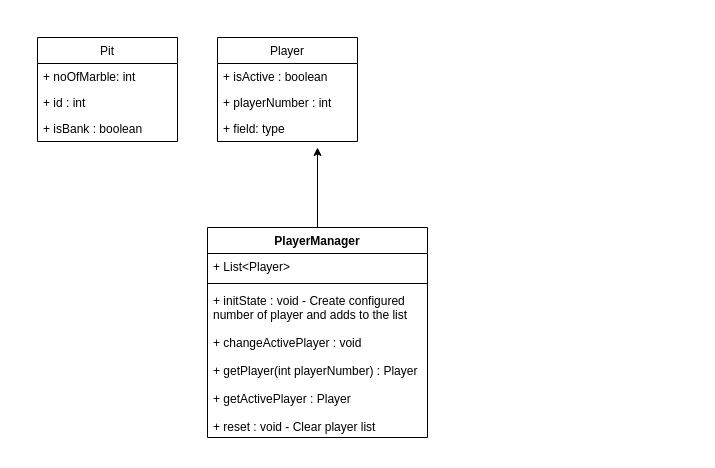
Before: Kalaha Game.drawio in schauhan16/KalahaGame, a draw.io diagram. Source tidied: cells renumbered, new cells numbered last; positions are measured from the earlier drawing's top-left corner, leaving out a move shared by most shapes. Both pictures are drawn from the tidied source at 100%, with x=0, y=0 at pixel (37, 37).
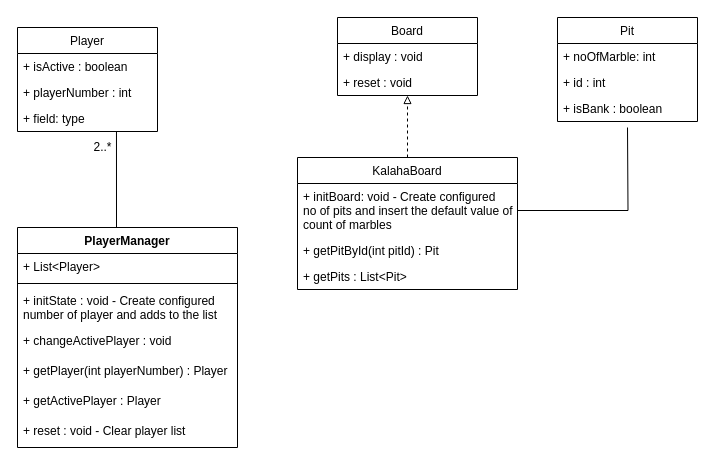
The same page after the edit.

The change refers to these unchanged cells:
```xml
<mxCell id="9" value="+ field: type" style="text;strokeColor=none;fillColor=none;align=left;verticalAlign=top;spacingLeft=4;spacingRight=4;overflow=hidden;points=[[0,0.5],[1,0.5]];portConstraint=eastwest;" parent="6" vertex="1">
  <mxGeometry y="78" width="140" height="26" as="geometry" />
</mxCell>
```

Change to the diagram source:
```diff
@@
     <mxCell id="2" value="Pit" style="swimlane;fontStyle=0;horizontal=1;startSize=26;fillColor=none;" parent="1" vertex="1">
-      <mxGeometry width="140" height="104" as="geometry" />
+      <mxGeometry x="520" y="-20" width="140" height="104" as="geometry" />
     </mxCell>
@@
     <mxCell id="6" value="Player" style="swimlane;fontStyle=0;horizontal=1;startSize=26;fillColor=none;" parent="1" vertex="1">
-      <mxGeometry x="180" width="140" height="104" as="geometry" />
+      <mxGeometry x="-20" y="-10" width="140" height="104" as="geometry" />
     </mxCell>
@@
-    <mxCell id="10" style="edgeStyle=orthogonalEdgeStyle;rounded=0;jettySize=auto;html=1;" parent="1" edge="1" source="11">
-      <mxGeometry relative="1" as="geometry">
-        <mxPoint x="280" y="110" as="targetPoint" />
-      </mxGeometry>
-    </mxCell>
     <mxCell id="11" value="PlayerManager" style="swimlane;fontStyle=1;align=center;verticalAlign=top;horizontal=1;startSize=26;" parent="1" vertex="1">
-      <mxGeometry x="170" y="190" width="220" height="210" as="geometry" />
+      <mxGeometry x="-20" y="190" width="220" height="220" as="geometry" />
     </mxCell>
@@
+    <mxCell id="15" value="+ initState : void - Create configured&#10;number of player and adds to the list" style="text;strokeColor=none;fillColor=none;align=left;verticalAlign=top;spacingLeft=4;spacingRight=4;overflow=hidden;" parent="11" vertex="1">
+      <mxGeometry y="60" width="220" height="40" as="geometry" />
+    </mxCell>
-    <mxCell id="14" value="+ initState : void - Create configured&#10;number of player and adds to the list&#10;&#10;+ changeActivePlayer : void&#10;&#10;+ getPlayer(int playerNumber) : Player&#10;&#10;+ getActivePlayer : Player&#10;&#10;+ reset : void - Clear player list&#10;" style="text;strokeColor=none;fillColor=none;align=left;verticalAlign=top;spacingLeft=4;spacingRight=4;overflow=hidden;rounded=0;" parent="11" vertex="1">
-      <mxGeometry y="60" width="220" height="150" as="geometry" />
+    <mxCell id="14" value="+ changeActivePlayer : void&#10;" style="text;strokeColor=none;fillColor=none;align=left;verticalAlign=top;spacingLeft=4;spacingRight=4;overflow=hidden;rounded=0;" parent="11" vertex="1">
+      <mxGeometry y="100" width="220" height="30" as="geometry" />
     </mxCell>
+    <mxCell id="16" value="+ getPlayer(int playerNumber) : Player&#10;" style="text;strokeColor=none;fillColor=none;align=left;verticalAlign=top;spacingLeft=4;spacingRight=4;overflow=hidden;rounded=0;" parent="11" vertex="1">
+      <mxGeometry y="130" width="220" height="30" as="geometry" />
+    </mxCell>
+    <mxCell id="17" value="+ getActivePlayer : Player&#10;" style="text;strokeColor=none;fillColor=none;align=left;verticalAlign=top;spacingLeft=4;spacingRight=4;overflow=hidden;rounded=0;" parent="11" vertex="1">
+      <mxGeometry y="160" width="220" height="30" as="geometry" />
+    </mxCell>
+    <mxCell id="18" value="+ reset : void - Clear player list" style="text;strokeColor=none;fillColor=none;align=left;verticalAlign=top;spacingLeft=4;spacingRight=4;overflow=hidden;rounded=0;" parent="11" vertex="1">
+      <mxGeometry y="190" width="220" height="30" as="geometry" />
+    </mxCell>
+    <mxCell id="19" value="&lt;br&gt;&lt;br&gt;&lt;br&gt;&lt;br&gt;&lt;br&gt;" style="text;html=1;align=center;verticalAlign=middle;" parent="1" vertex="1">
+      <mxGeometry x="630" y="240" width="20" height="80" as="geometry" />
+    </mxCell>
+    <mxCell id="20" style="group;" parent="1" vertex="1">
+      <mxGeometry x="40" y="100" width="40" height="90" as="geometry" />
+    </mxCell>
+    <mxCell id="21" style="edgeStyle=orthogonalEdgeStyle;rounded=0;jettySize=auto;html=1;exitX=0.5;exitY=0;exitDx=0;exitDy=0;endArrow=none;endFill=0;entryX=0.707;entryY=1;entryDx=0;entryDy=0;entryPerimeter=0;strokeWidth=1;" parent="20" edge="1" source="11" target="9">
+      <mxGeometry relative="1" as="geometry">
+        <Array as="points">
+          <mxPoint x="10" y="90" />
+          <mxPoint y="90" />
+        </Array>
+      </mxGeometry>
+    </mxCell>
+    <mxCell id="22" value="2..*" style="text;html=1;align=center;verticalAlign=middle;" parent="20" vertex="1">
+      <mxGeometry x="10" width="30" height="20" as="geometry" />
+    </mxCell>
+    <mxCell id="23" style="group;" parent="1" vertex="1">
+      <mxGeometry x="260" y="-20" width="220" height="272" as="geometry" />
+    </mxCell>
+    <mxCell id="24" value="Board" style="swimlane;fontStyle=0;horizontal=1;startSize=26;fillColor=none;rounded=0;" parent="23" vertex="1">
+      <mxGeometry x="40" width="140" height="78" as="geometry" />
+    </mxCell>
+    <mxCell id="25" value="+ display : void" style="text;strokeColor=none;fillColor=none;align=left;verticalAlign=top;spacingLeft=4;spacingRight=4;overflow=hidden;" parent="24" vertex="1">
+      <mxGeometry y="26" width="140" height="26" as="geometry" />
+    </mxCell>
+    <mxCell id="26" value="+ reset : void" style="text;strokeColor=none;fillColor=none;align=left;verticalAlign=top;spacingLeft=4;spacingRight=4;overflow=hidden;" parent="24" vertex="1">
+      <mxGeometry y="52" width="140" height="26" as="geometry" />
+    </mxCell>
+    <mxCell id="27" style="edgeStyle=orthogonalEdgeStyle;rounded=0;jettySize=auto;html=1;entryX=0.5;entryY=1;entryDx=0;entryDy=0;endArrow=block;endFill=0;dashed=1;" parent="23" edge="1" source="28" target="24">
+      <mxGeometry relative="1" as="geometry" />
+    </mxCell>
+    <mxCell id="28" value="KalahaBoard" style="swimlane;fontStyle=0;horizontal=1;startSize=26;fillColor=none;rounded=0;" parent="23" vertex="1">
+      <mxGeometry y="140" width="220" height="132" as="geometry" />
+    </mxCell>
+    <mxCell id="29" value="+ initBoard: void - Create configured &#10;no of pits and insert the default value of&#10;count of marbles" style="text;strokeColor=none;fillColor=none;align=left;verticalAlign=top;spacingLeft=4;spacingRight=4;overflow=hidden;points=[[0,0.5],[1,0.5]];portConstraint=eastwest;" parent="28" vertex="1">
+      <mxGeometry y="26" width="220" height="54" as="geometry" />
+    </mxCell>
+    <mxCell id="30" value="+ getPitById(int pitId) : Pit" style="text;strokeColor=none;fillColor=none;align=left;verticalAlign=top;spacingLeft=4;spacingRight=4;overflow=hidden;" parent="28" vertex="1">
+      <mxGeometry y="80" width="220" height="26" as="geometry" />
+    </mxCell>
+    <mxCell id="31" value="+ getPits : List&lt;Pit&gt;" style="text;strokeColor=none;fillColor=none;align=left;verticalAlign=top;spacingLeft=4;spacingRight=4;overflow=hidden;" parent="28" vertex="1">
+      <mxGeometry y="106" width="220" height="26" as="geometry" />
+    </mxCell>
+    <mxCell id="32" style="edgeStyle=orthogonalEdgeStyle;rounded=0;jettySize=auto;html=1;exitX=1;exitY=0.5;exitDx=0;exitDy=0;endArrow=none;endFill=0;strokeWidth=1;" parent="1" edge="1" source="29">
+      <mxGeometry relative="1" as="geometry">
+        <mxPoint x="590" y="90" as="targetPoint" />
+      </mxGeometry>
+    </mxCell>
```
